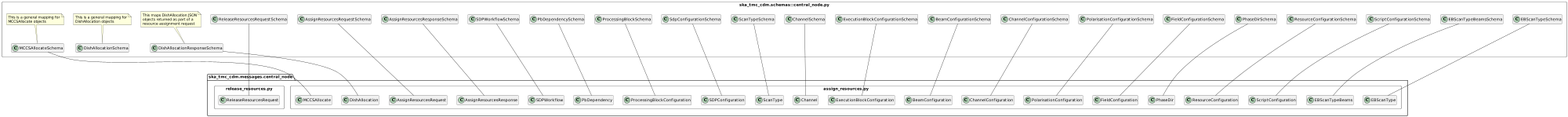
The PlantUML diagram docs/src/developer/schema_cn.png in ska-telescope/cdm-shared-library, before a commit.
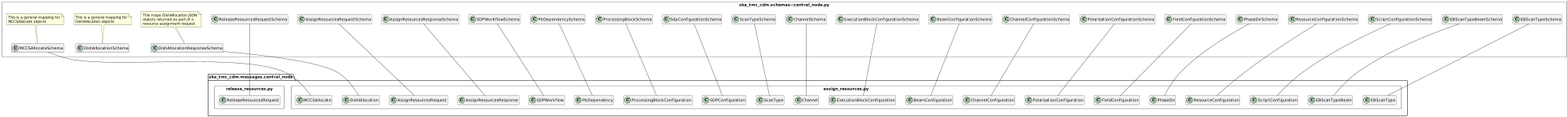
The same diagram one commit later.

Commit message:
NAK-111 Changed EBScanTypeBeams to EBScanTypeBeam for schema and message classes

The edit, as a diff of the source:
```diff
@@ -42,7 +42,7 @@
         class PhaseDirSchema
         class ResourceConfigurationSchema
         class ScriptConfigurationSchema
-        class EBScanTypeBeamsSchema
+        class EBScanTypeBeamSchema
         class EBScanTypeSchema
 	}
 }
@@ -67,7 +67,7 @@
         class PhaseDir
         class ResourceConfiguration
         class ScriptConfiguration
-        class EBScanTypeBeams
+        class EBScanTypeBeam
         class EBScanType
 	}
 
@@ -95,6 +95,6 @@
 PhaseDirSchema --- PhaseDir
 ResourceConfigurationSchema --- ResourceConfiguration
 ScriptConfigurationSchema --- ScriptConfiguration
-EBScanTypeBeamsSchema --- EBScanTypeBeams
+EBScanTypeBeamSchema --- EBScanTypeBeam
 EBScanTypeSchema --- EBScanType
 @enduml
```
